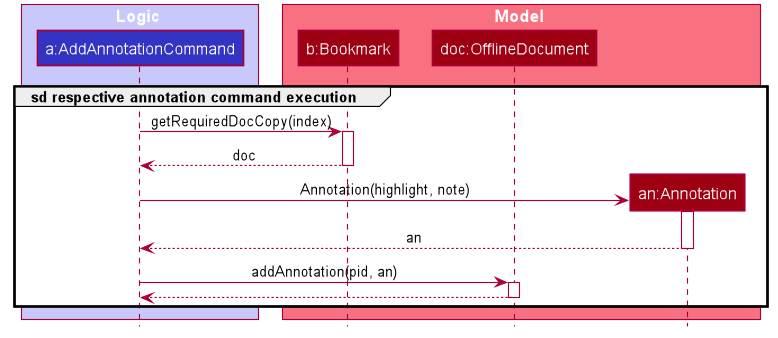
Above: docs/images/AddAnnotationSequenceDiagram.png in nus-cs2103-AY1920S1/addressbook-level3 (PlantUML), before the change. The source it was exported from:
```plantuml
@startuml








skinparam BackgroundColor #FFFFFFF

skinparam Shadowing false

skinparam Class {
    FontColor #FFFFFF
    BorderThickness 1
    BorderColor #FFFFFF
    StereotypeFontColor #FFFFFF
    FontName Arial
}

skinparam Actor {
    BorderColor #000000
    Color #000000
    FontName Arial
}

skinparam Sequence {
    MessageAlign center
    BoxFontSize 15
    BoxPadding 0
    BoxFontColor #FFFFFF
    FontName Arial
}

skinparam Participant {
    FontColor #FFFFFFF
    Padding 20
}

skinparam MinClassWidth 50
skinparam ParticipantPadding 10
skinparam Shadowing false
skinparam DefaultTextAlignment center
skinparam packageStyle Rectangle

hide footbox
hide members
hide circle

box Logic #C8C8FA
participant "a:AddAnnotationCommand" as AddAnnotationCommand #3333C4
end box

box Model #F97181
participant "b:Bookmark" as Bookmark #9D0012
participant "doc:OfflineDocument" as OfflineDocument #9D0012
participant "an:Annotation" as Annotation #9D0012
end box

group sd respective annotation command execution

AddAnnotationCommand -> Bookmark : getRequiredDocCopy(index)
activate Bookmark

Bookmark --> AddAnnotationCommand : doc
deactivate Bookmark

create Annotation
AddAnnotationCommand -> Annotation : Annotation(highlight, note)
activate Annotation

Annotation --> AddAnnotationCommand : an
deactivate Annotation

AddAnnotationCommand -> OfflineDocument : addAnnotation(pid, an)
activate OfflineDocument

OfflineDocument --> AddAnnotationCommand
deactivate OfflineDocument

end group

@enduml
```
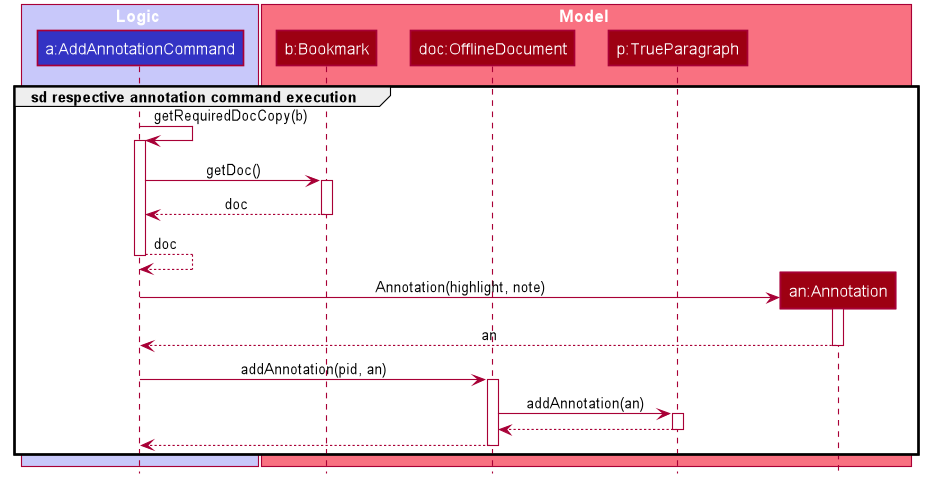
After the commit.

Change to the diagram source:
```diff
@@ -55,17 +55,23 @@
 box Model #F97181
 participant "b:Bookmark" as Bookmark #9D0012
 participant "doc:OfflineDocument" as OfflineDocument #9D0012
+participant "p:TrueParagraph" as Paragraph #9D0012
 participant "an:Annotation" as Annotation #9D0012
 end box
 
 group sd respective annotation command execution
 
-AddAnnotationCommand -> Bookmark : getRequiredDocCopy(index)
+AddAnnotationCommand -> AddAnnotationCommand : getRequiredDocCopy(b)
+activate AddAnnotationCommand
+
+AddAnnotationCommand -> Bookmark : getDoc()
 activate Bookmark
 
 Bookmark --> AddAnnotationCommand : doc
 deactivate Bookmark
 
+AddAnnotationCommand --> AddAnnotationCommand : doc
+deactivate AddAnnotationCommand
 create Annotation
 AddAnnotationCommand -> Annotation : Annotation(highlight, note)
 activate Annotation
@@ -76,6 +82,12 @@
 AddAnnotationCommand -> OfflineDocument : addAnnotation(pid, an)
 activate OfflineDocument
 
+OfflineDocument -> Paragraph : addAnnotation(an)
+activate Paragraph
+
+Paragraph --> OfflineDocument
+deactivate Paragraph
+
 OfflineDocument --> AddAnnotationCommand
 deactivate OfflineDocument
 
```
